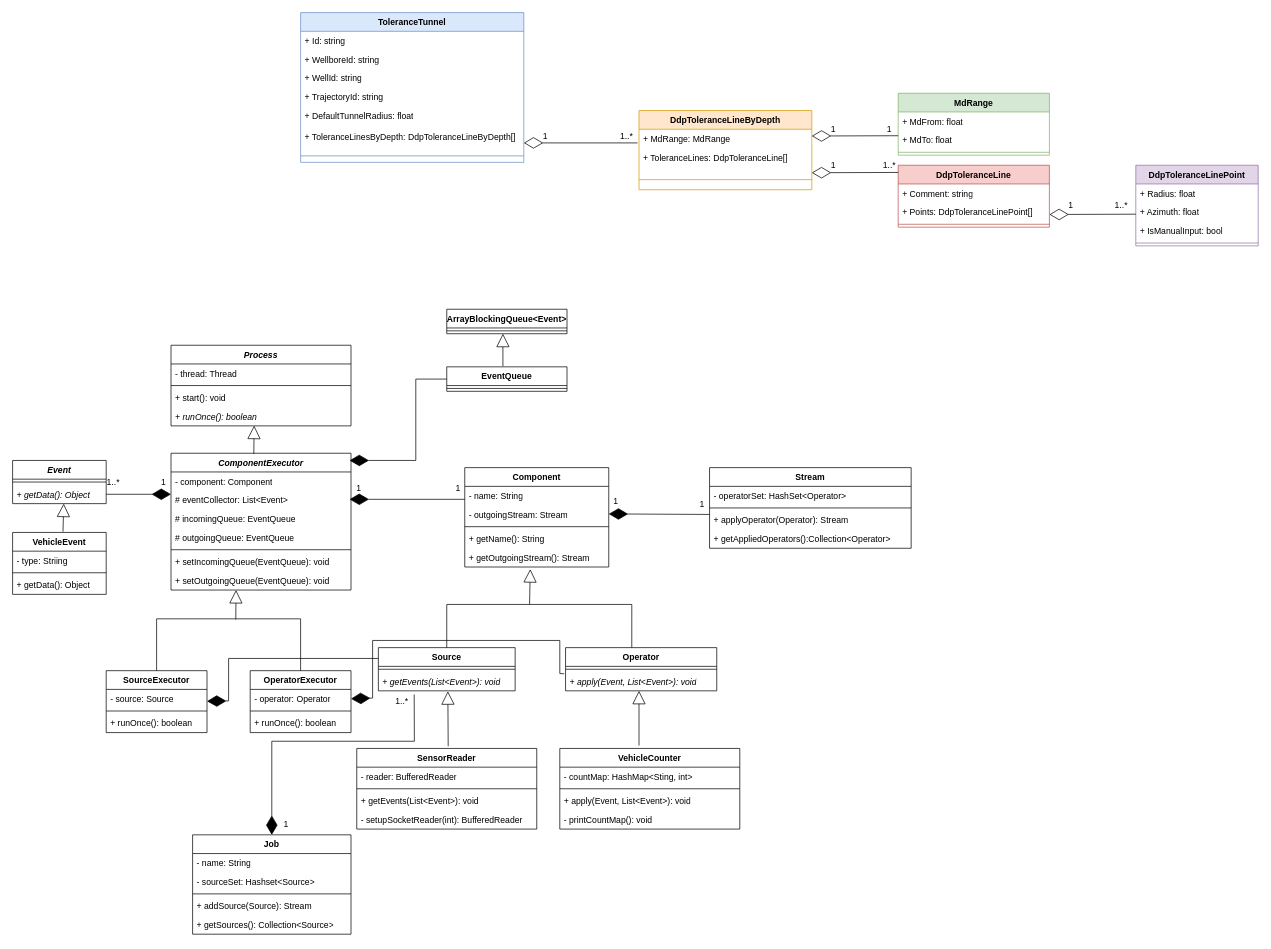
The draw.io diagram UML_Diagram.drawio in baoqger/drawing.io, before the edit. Source tidied: cells renumbered, new cells numbered last; positions are measured from the earlier drawing's top-left corner, leaving out a move shared by most shapes. Both pictures are drawn from the tidied source at 72%, with x=0, y=0 at pixel (12, 12).
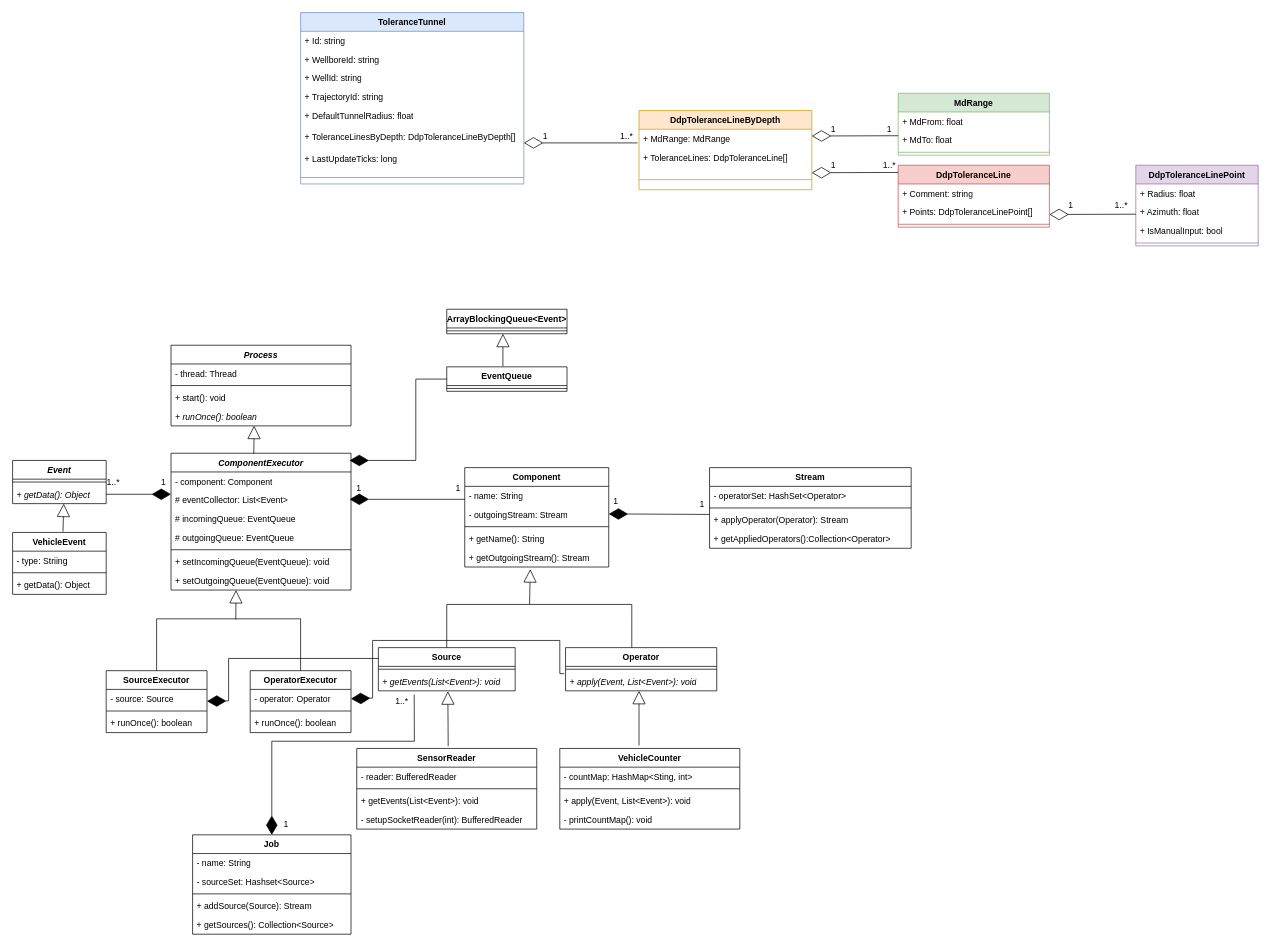
The same page after the edit.

Change to the diagram source:
```diff
@@
     <mxCell id="2" value="ToleranceTunnel" style="swimlane;fontStyle=1;align=center;verticalAlign=top;horizontal=1;startSize=26;whiteSpace=wrap;html=1;fillColor=#dae8fc;strokeColor=#6c8ebf;" parent="1" vertex="1">
-      <mxGeometry x="400" width="310" height="208" as="geometry" />
+      <mxGeometry x="400" width="310" height="238" as="geometry" />
     </mxCell>
@@
+    <mxCell id="130" value="+ LastUpdateTicks: long" style="text;strokeColor=none;fillColor=none;align=left;verticalAlign=top;spacingLeft=4;spacingRight=4;overflow=hidden;whiteSpace=wrap;html=1;" parent="2" vertex="1">
+      <mxGeometry y="190" width="310" height="30" as="geometry" />
+    </mxCell>
     <mxCell id="9" value="&#10;&#10;" style="line;strokeWidth=1;fillColor=none;align=left;verticalAlign=middle;spacingTop=-1;spacingLeft=3;spacingRight=3;labelPosition=right;strokeColor=inherit;" parent="2" vertex="1">
-      <mxGeometry y="190" width="310" height="18" as="geometry" />
+      <mxGeometry y="220" width="310" height="18" as="geometry" />
     </mxCell>
```
